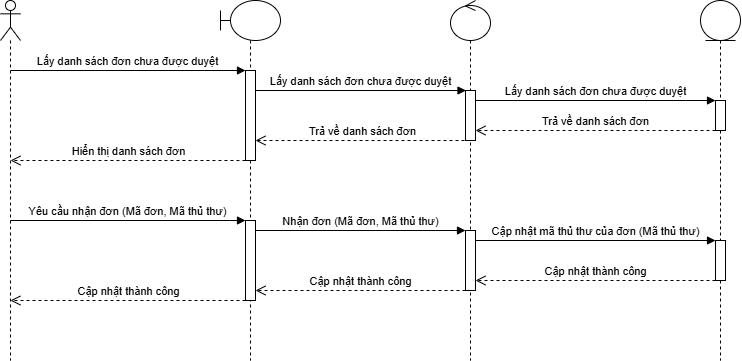
Above: Sequence Diagram/UC Đặt mượn sách/Actor Thủ thư - Nhận đơn đặt mượn.png in kimcuongdev/LibrarySystemAD (draw.io), before the change. Source tidied: cells renumbered, new cells last; positions are measured from the earlier drawing's top-left corner, leaving out a move shared by most shapes.
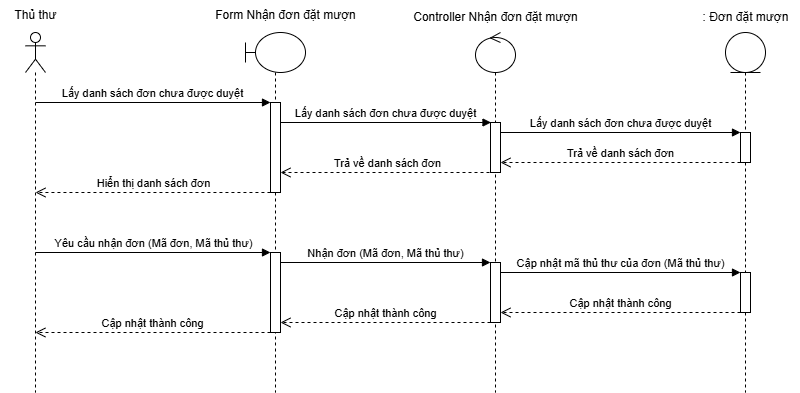
After the change.

Change to the diagram source:
```diff
@@ -95,5 +95,17 @@
         <mxPoint x="475" y="280" as="targetPoint" />
       </mxGeometry>
     </mxCell>
+    <mxCell id="24" value="Thủ thư" style="text;html=1;align=center;verticalAlign=middle;strokeColor=none;fillColor=none;" parent="1" vertex="1">
+      <mxGeometry x="-25" y="-32" width="70" height="30" as="geometry" />
+    </mxCell>
+    <mxCell id="25" value="Form Nhận đơn đặt mượn" style="text;html=1;align=center;verticalAlign=middle;strokeColor=none;fillColor=none;" parent="1" vertex="1">
+      <mxGeometry x="180" y="-32" width="160" height="30" as="geometry" />
+    </mxCell>
+    <mxCell id="26" value="Controller Nhận đơn đặt mượn" style="text;html=1;align=center;verticalAlign=middle;strokeColor=none;fillColor=none;" parent="1" vertex="1">
+      <mxGeometry x="375" y="-30" width="190" height="30" as="geometry" />
+    </mxCell>
+    <mxCell id="27" value=": Đơn đặt mượn" style="text;html=1;align=center;verticalAlign=middle;strokeColor=none;fillColor=none;" parent="1" vertex="1">
+      <mxGeometry x="665" y="-30" width="110" height="30" as="geometry" />
+    </mxCell>
   </root>
 </mxGraphModel>
```
